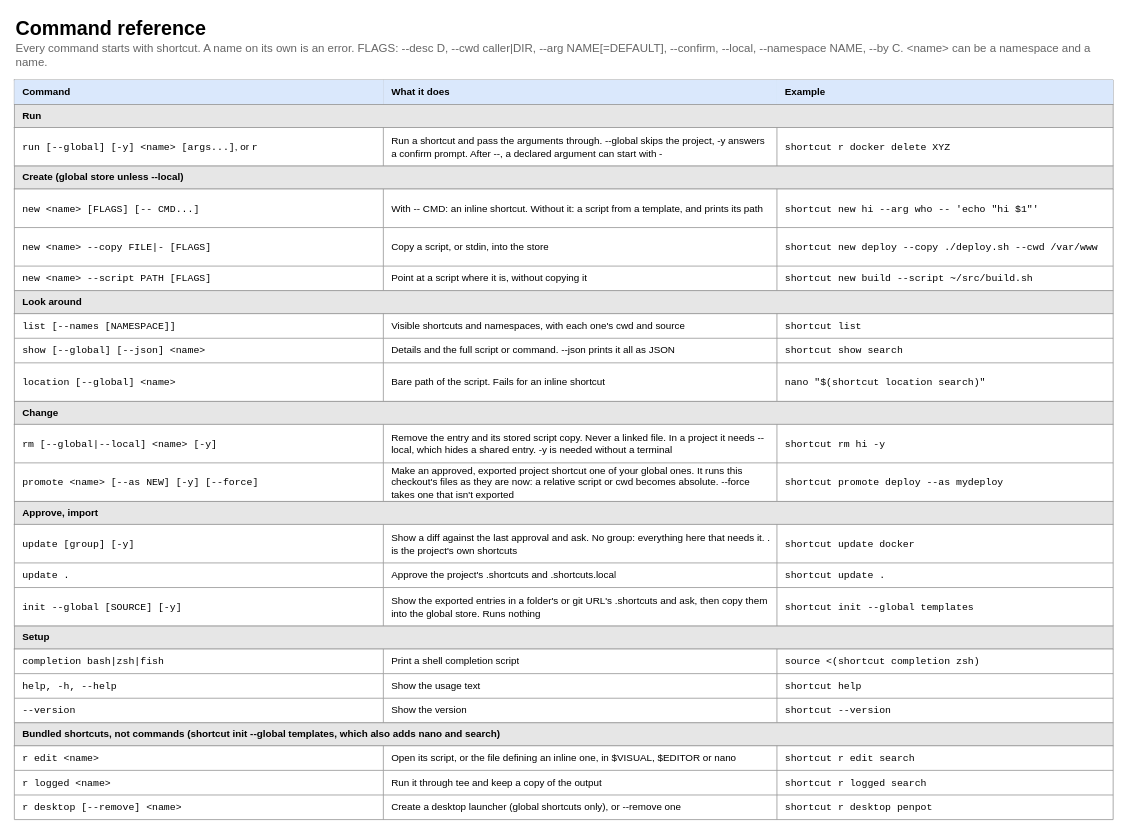
Above: page "4 Commands" (4 of 5) of docs/shortcut-overview.drawio in StanLukuvka/Shortcut (draw.io), before the change. Source tidied: cells renumbered, new cells numbered last; positions are measured from the earlier drawing's top-left corner, leaving out a move shared by most shapes. Both pictures are drawn from the tidied source at 82%, with x=0, y=0 at pixel (14, 14).
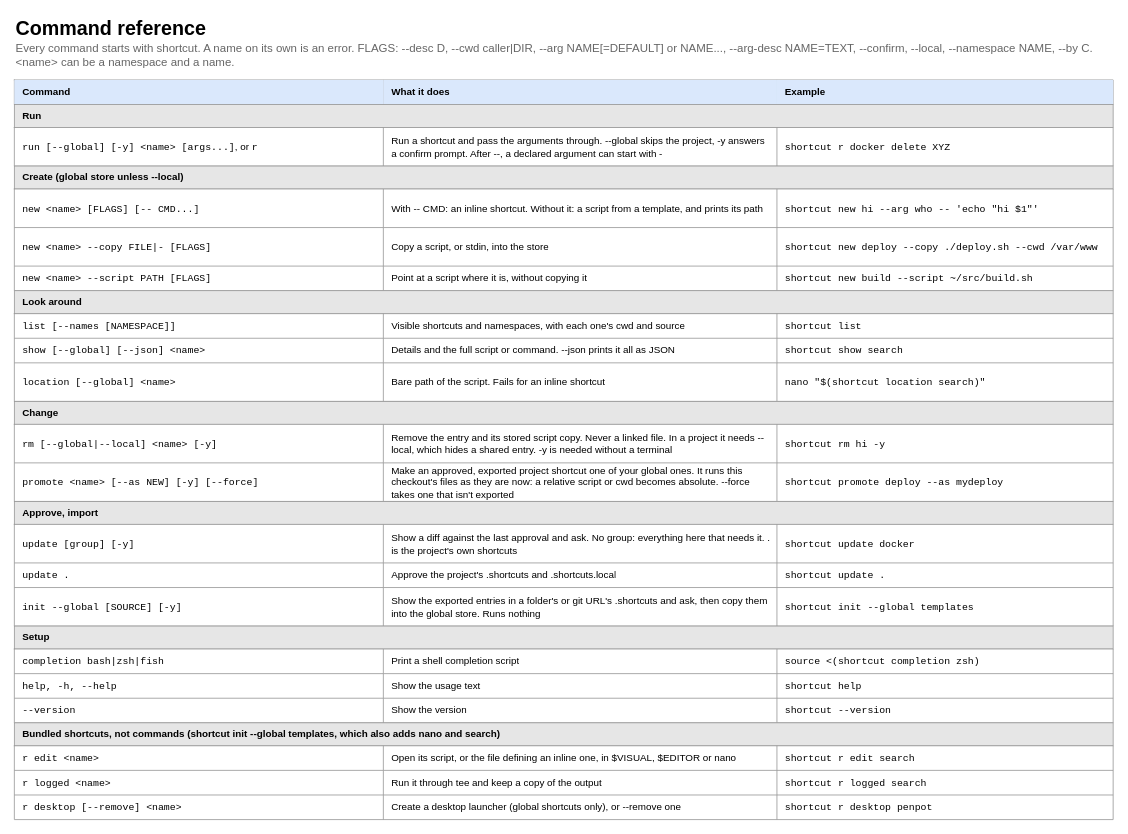
The same page after the edit.

Commit message (it also covers changes not shown here):
Describe arguments, show what a confirm or rm -y does

The edit, as a diff of the source:
```diff
@@
-    <mxCell id="3" value="Every command starts with shortcut. A name on its own is an error. FLAGS: --desc D, --cwd caller|DIR, --arg NAME[=DEFAULT], --confirm, --local, --namespace NAME, --by C. &amp;lt;name&amp;gt; can be a namespace and a name." style="text;html=1;align=left;verticalAlign=middle;fontSize=14;fontColor=#666666;strokeColor=none;fillColor=none;whiteSpace=wrap;" parent="1" vertex="1">
+    <mxCell id="3" value="Every command starts with shortcut. A name on its own is an error. FLAGS: --desc D, --cwd caller|DIR, --arg NAME[=DEFAULT] or NAME..., --arg-desc NAME=TEXT, --confirm, --local, --namespace NAME, --by C. &amp;lt;name&amp;gt; can be a namespace and a name." style="text;html=1;align=left;verticalAlign=middle;fontSize=14;fontColor=#666666;strokeColor=none;fillColor=none;whiteSpace=wrap;" parent="1" vertex="1">
       <mxGeometry y="36" width="1340" height="26" as="geometry" />
     </mxCell>
```
